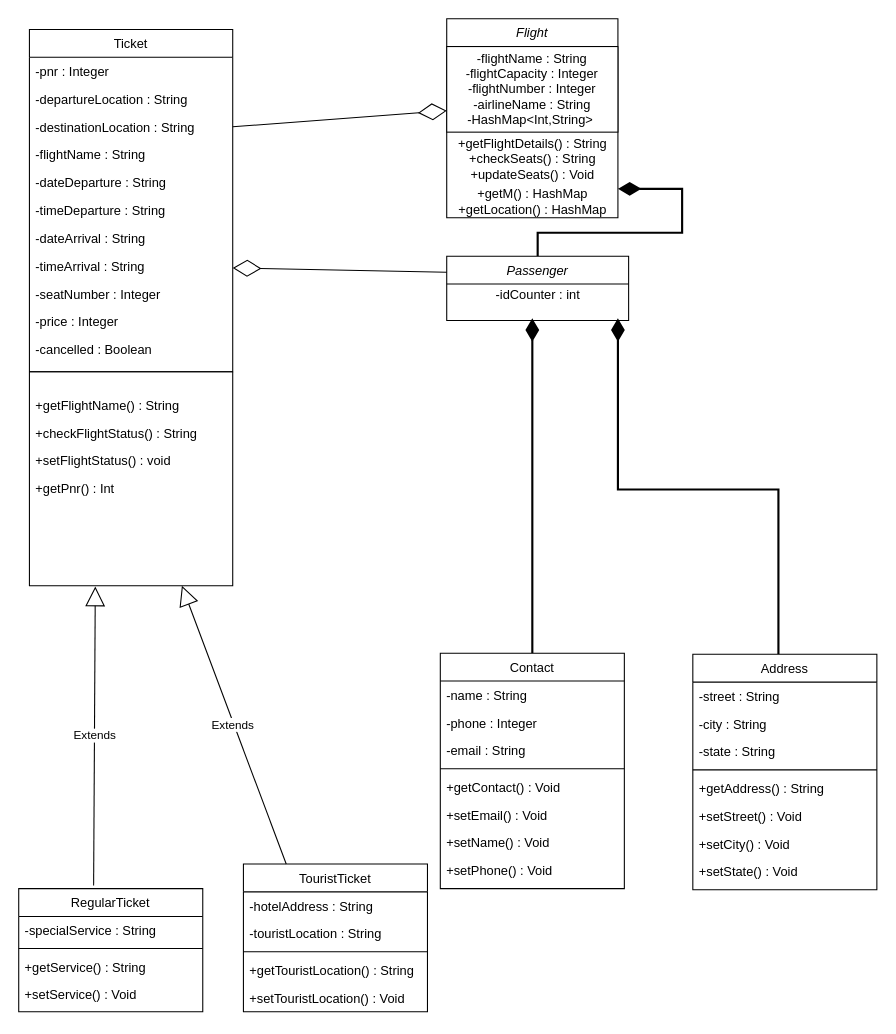
SHIVSB/Flight-Reservation-System-Java keeps this draw.io diagram as diagram.drawio. Above is the earlier version. Source tidied: cells renumbered, new cells numbered last; positions are measured from the earlier drawing's top-left corner, leaving out a move shared by most shapes. Both pictures are drawn from the tidied source at 107%, with x=0, y=0 at pixel (18, 18).
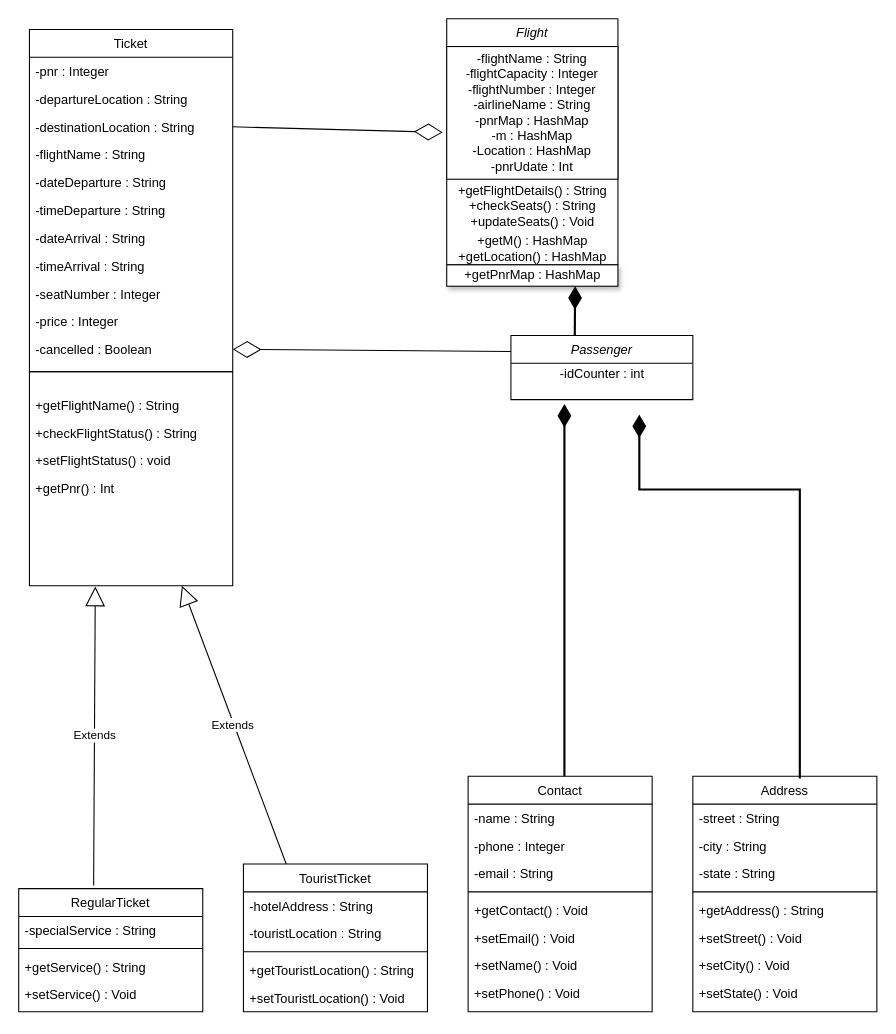
After the change.

Commit message (it also covers changes not shown here):
Added updated UML diagram and minor fixes

Unchanged cells that the change refers to:
```xml
<mxCell id="32" value="-destinationLocation : String&#10;" style="text;align=left;verticalAlign=top;spacingLeft=4;spacingRight=4;overflow=hidden;points=[[0,0.5],[1,0.5]];portConstraint=eastwest;rounded=0;shadow=0;html=0;" parent="29" vertex="1">
  <mxGeometry y="78" width="190" height="26" as="geometry" />
</mxCell>
<mxCell id="37" value="-timeArrival : String" style="text;align=left;verticalAlign=top;spacingLeft=4;spacingRight=4;overflow=hidden;points=[[0,0.5],[1,0.5]];portConstraint=eastwest;rounded=0;shadow=0;html=0;" parent="29" vertex="1">
  <mxGeometry y="208" width="190" height="26" as="geometry" />
</mxCell>
<mxCell id="40" value="-cancelled : Boolean" style="text;align=left;verticalAlign=top;spacingLeft=4;spacingRight=4;overflow=hidden;points=[[0,0.5],[1,0.5]];portConstraint=eastwest;rounded=0;shadow=0;html=0;" parent="29" vertex="1">
  <mxGeometry y="286" width="190" height="26" as="geometry" />
</mxCell>
```

What changed in the source:
```diff
@@
     <mxCell id="2" value="Flight" style="swimlane;fontStyle=2;align=center;verticalAlign=top;horizontal=1;startSize=26;rounded=0;shadow=0;strokeWidth=1;" parent="1" vertex="1">
-      <mxGeometry x="400" width="160" height="186" as="geometry" />
+      <mxGeometry x="400" width="160" height="230" as="geometry" />
     </mxCell>
-    <mxCell id="3" value="-flightName : String&lt;br&gt;-flightCapacity : Integer&lt;br&gt;-flightNumber : Integer&lt;br&gt;-airlineName : String&lt;br&gt;-HashMap&amp;lt;Int,String&amp;gt;&amp;nbsp;" style="whiteSpace=wrap;html=1;" parent="2" vertex="1">
-      <mxGeometry y="26" width="160" height="80" as="geometry" />
+    <mxCell id="3" value="-flightName : String&lt;br&gt;-flightCapacity : Integer&lt;br&gt;-flightNumber : Integer&lt;br&gt;-airlineName : String&lt;br&gt;-pnrMap : HashMap&lt;br&gt;-m : HashMap&lt;br&gt;-Location : HashMap&lt;br&gt;-pnrUdate : Int" style="whiteSpace=wrap;html=1;" parent="2" vertex="1">
+      <mxGeometry y="26" width="160" height="124" as="geometry" />
     </mxCell>
     <mxCell id="4" value="+getFlightDetails() : String&lt;br&gt;+checkSeats() : String&lt;br&gt;+updateSeats() : Void&lt;br&gt;" style="text;html=1;align=center;verticalAlign=middle;strokeColor=none;fillColor=none;" parent="2" vertex="1">
-      <mxGeometry y="106" width="160" height="50" as="geometry" />
+      <mxGeometry y="150" width="160" height="50" as="geometry" />
     </mxCell>
     <mxCell id="5" value="+getM() : HashMap&lt;br&gt;+getLocation() : HashMap" style="text;html=1;align=center;verticalAlign=middle;strokeColor=none;fillColor=none;" parent="2" vertex="1">
-      <mxGeometry y="156" width="160" height="30" as="geometry" />
+      <mxGeometry y="200" width="160" height="30" as="geometry" />
     </mxCell>
-    <mxCell id="6" style="edgeStyle=orthogonalEdgeStyle;rounded=0;jettySize=auto;html=1;endArrow=diamondThin;endFill=1;endSize=16;targetPerimeterSpacing=10;strokeWidth=2;" parent="1" edge="1" source="7">
-      <mxGeometry relative="1" as="geometry">
-        <mxPoint x="560" y="280" as="targetPoint" />
-        <Array as="points">
-          <mxPoint x="710" y="440" />
-          <mxPoint x="560" y="440" />
-        </Array>
-      </mxGeometry>
-    </mxCell>
     <mxCell id="7" value="Address" style="swimlane;fontStyle=0;align=center;verticalAlign=top;horizontal=1;startSize=26;rounded=0;shadow=0;strokeWidth=1;" parent="1" vertex="1">
-      <mxGeometry x="630" y="594" width="172" height="220" as="geometry" />
+      <mxGeometry x="630" y="708" width="172" height="220" as="geometry" />
     </mxCell>
@@
-    <mxCell id="16" style="edgeStyle=orthogonalEdgeStyle;rounded=0;jettySize=auto;html=1;endArrow=diamondThin;endFill=1;endSize=16;targetPerimeterSpacing=10;strokeWidth=2;" parent="1" edge="1" source="17">
-      <mxGeometry relative="1" as="geometry">
-        <mxPoint x="480" y="280" as="targetPoint" />
-      </mxGeometry>
-    </mxCell>
     <mxCell id="17" value="Contact" style="swimlane;fontStyle=0;align=center;verticalAlign=top;horizontal=1;startSize=26;rounded=0;shadow=0;strokeWidth=1;" parent="1" vertex="1">
-      <mxGeometry x="394" y="593" width="172" height="220" as="geometry" />
+      <mxGeometry x="420" y="708" width="172" height="220" as="geometry" />
     </mxCell>
@@
-    <mxCell id="26" style="edgeStyle=orthogonalEdgeStyle;rounded=0;jettySize=auto;html=1;endArrow=diamondThin;endFill=1;endSize=16;targetPerimeterSpacing=10;strokeWidth=2;" parent="1" edge="1" source="27">
-      <mxGeometry relative="1" as="geometry">
-        <mxPoint x="560" y="159" as="targetPoint" />
-        <Array as="points">
-          <mxPoint x="485" y="200" />
-          <mxPoint x="620" y="200" />
-          <mxPoint x="620" y="159" />
-        </Array>
-      </mxGeometry>
-    </mxCell>
     <mxCell id="27" value="Passenger" style="swimlane;fontStyle=2;align=center;verticalAlign=top;horizontal=1;startSize=26;rounded=0;shadow=0;strokeWidth=1;" parent="1" vertex="1">
-      <mxGeometry x="400" y="222" width="170" height="60" as="geometry" />
+      <mxGeometry x="460" y="296" width="170" height="60" as="geometry" />
     </mxCell>
@@
-    <mxCell id="57" style="endArrow=diamondThin;endFill=0;endSize=24;html=1;rounded=0;entryX=0;entryY=0.75;entryDx=0;entryDy=0;exitX=1;exitY=0.5;exitDx=0;exitDy=0;" parent="1" edge="1" source="32" target="3">
+    <mxCell id="57" style="endArrow=diamondThin;endFill=0;endSize=24;html=1;rounded=0;entryX=-0.023;entryY=0.647;entryDx=0;entryDy=0;exitX=1;exitY=0.5;exitDx=0;exitDy=0;entryPerimeter=0;" parent="1" edge="1" source="32" target="3">
       <mxGeometry relative="1" as="geometry" />
     </mxCell>
-    <mxCell id="58" style="endArrow=diamondThin;endFill=0;endSize=24;html=1;rounded=0;exitX=0;exitY=0.25;exitDx=0;exitDy=0;" parent="1" edge="1" source="27" target="37">
-      <mxGeometry relative="1" as="geometry" />
-    </mxCell>
@@
+    <mxCell id="61" style="endArrow=diamondThin;endFill=0;endSize=24;html=1;rounded=0;exitX=0;exitY=0.25;exitDx=0;exitDy=0;entryX=1;entryY=0.5;entryDx=0;entryDy=0;" parent="1" edge="1" source="27" target="40">
+      <mxGeometry relative="1" as="geometry" />
+    </mxCell>
+    <mxCell id="62" style="edgeStyle=orthogonalEdgeStyle;rounded=0;orthogonalLoop=1;jettySize=auto;html=1;endArrow=diamondThin;endFill=1;endSize=16;targetPerimeterSpacing=10;strokeWidth=2;" parent="1" edge="1">
+      <mxGeometry relative="1" as="geometry">
+        <mxPoint x="510" y="708" as="sourcePoint" />
+        <mxPoint x="510" y="360" as="targetPoint" />
+        <Array as="points">
+          <mxPoint x="510" y="368" />
+        </Array>
+      </mxGeometry>
+    </mxCell>
+    <mxCell id="63" style="edgeStyle=orthogonalEdgeStyle;rounded=0;orthogonalLoop=1;jettySize=auto;html=1;endArrow=diamondThin;endFill=1;endSize=16;targetPerimeterSpacing=10;strokeWidth=2;" parent="1" edge="1">
+      <mxGeometry relative="1" as="geometry">
+        <mxPoint x="730" y="710" as="sourcePoint" />
+        <mxPoint x="580" y="370" as="targetPoint" />
+        <Array as="points">
+          <mxPoint x="580" y="440" />
+        </Array>
+      </mxGeometry>
+    </mxCell>
+    <mxCell id="64" value="+getPnrMap : HashMap" style="html=1;shadow=1;" parent="1" vertex="1">
+      <mxGeometry x="400" y="230" width="160" height="20" as="geometry" />
+    </mxCell>
+    <mxCell id="65" style="edgeStyle=orthogonalEdgeStyle;rounded=0;jettySize=auto;html=1;endArrow=diamondThin;endFill=1;endSize=16;targetPerimeterSpacing=10;strokeWidth=2;exitX=0.351;exitY=-0.003;exitDx=0;exitDy=0;exitPerimeter=0;" parent="1" edge="1" source="27">
+      <mxGeometry relative="1" as="geometry">
+        <mxPoint x="520" y="250" as="targetPoint" />
+      </mxGeometry>
+    </mxCell>
```
